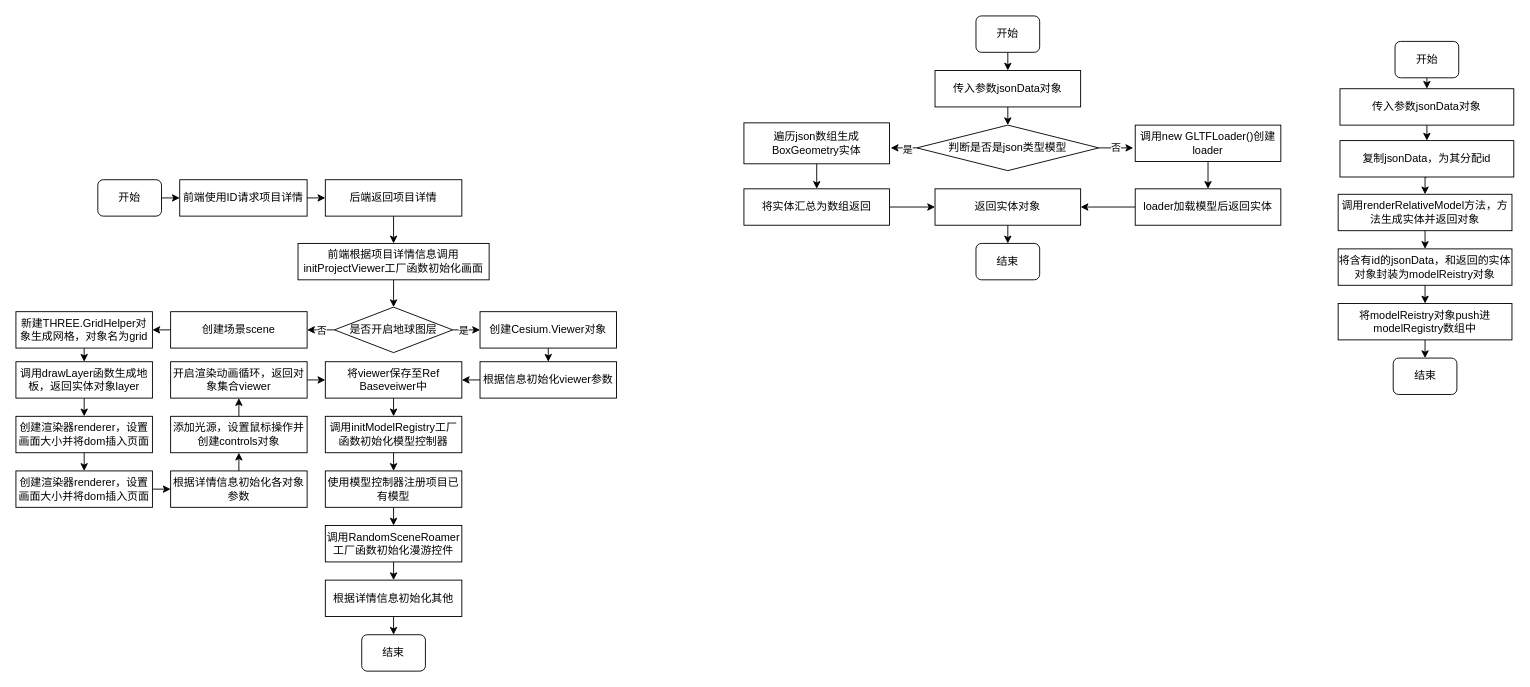
Before: page "第 5 页" (5 of 5) of 项目.drawio in AyuShiQi/GIS, a draw.io diagram. Source tidied: cells renumbered, new cells numbered last; positions are measured from the earlier drawing's top-left corner, leaving out a move shared by most shapes. Both pictures are drawn from the tidied source at 91%, with x=0, y=0 at pixel (15, 15).
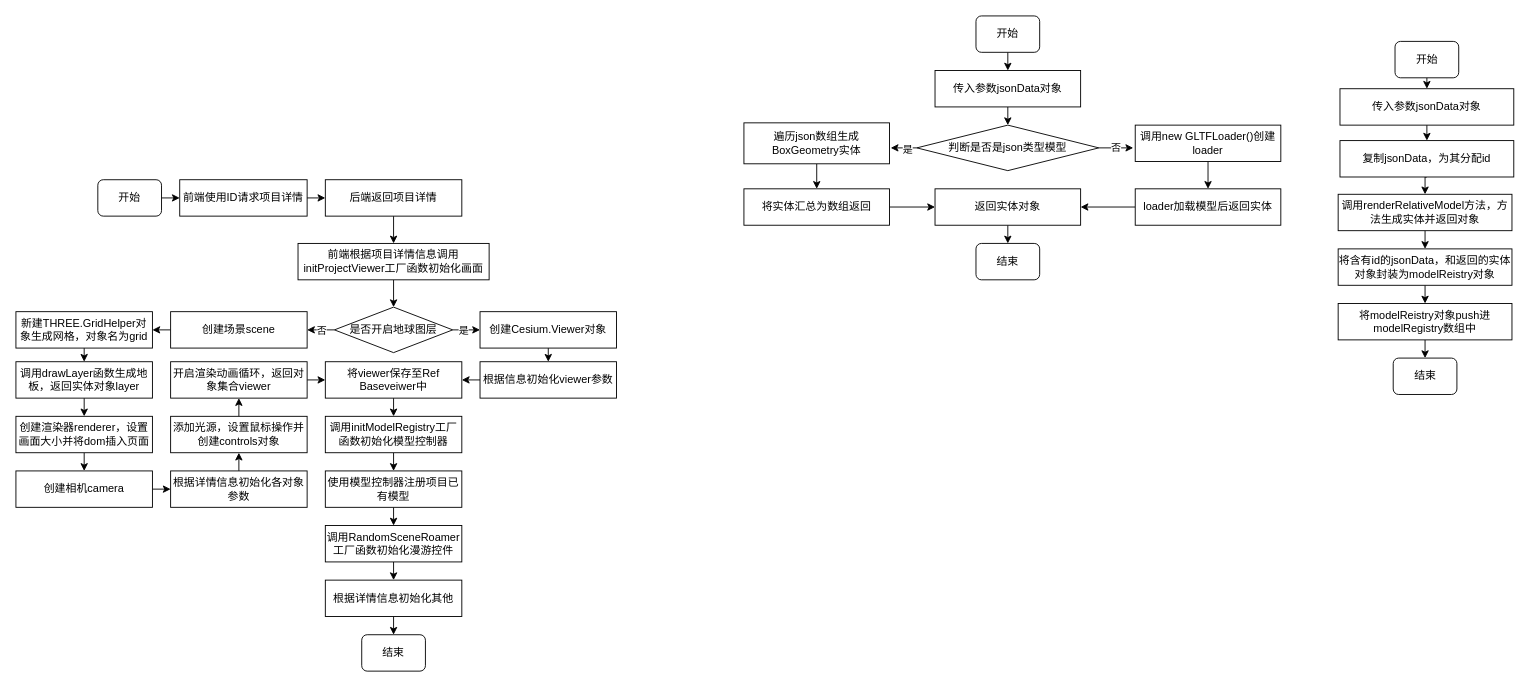
The same page after the edit.

The edit, as a diff of the source:
```diff
@@
-    <mxCell id="26" value="创建渲染器renderer，设置画面大小并将dom插入页面" style="rounded=0;whiteSpace=wrap;html=1;" parent="1" vertex="1">
+    <mxCell id="26" value="创建相机camera" style="rounded=0;whiteSpace=wrap;html=1;" parent="1" vertex="1">
       <mxGeometry y="500" width="150" height="40" as="geometry" />
     </mxCell>
```
